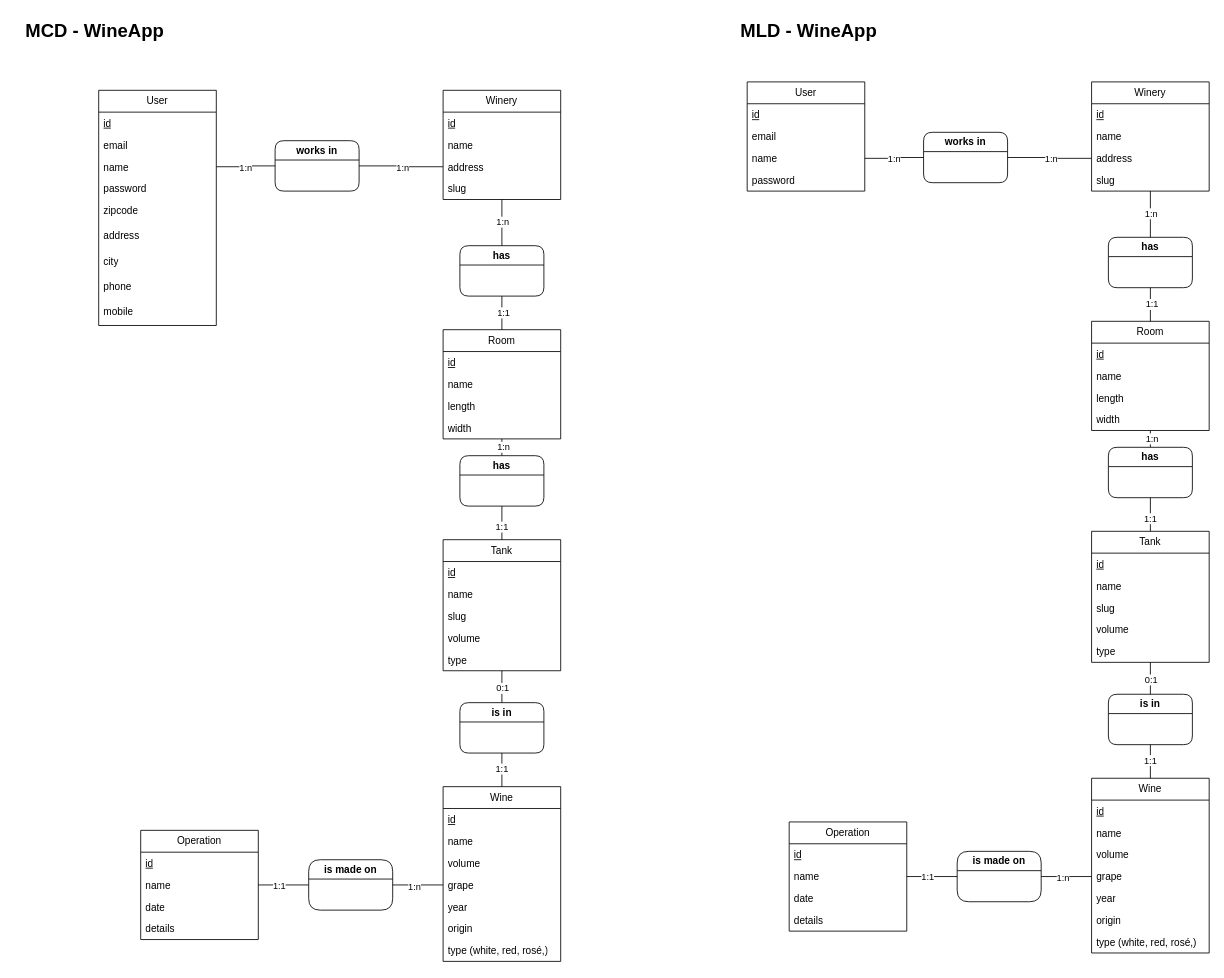
waina-wines/cellar-manager keeps this draw.io diagram as DB_Structure.drawio. Above is the earlier version. Source tidied: cells renumbered, new cells numbered last; positions are measured from the earlier drawing's top-left corner, leaving out a move shared by most shapes. Both pictures are drawn from the tidied source at 84%, with x=0, y=0 at pixel (14, 14).
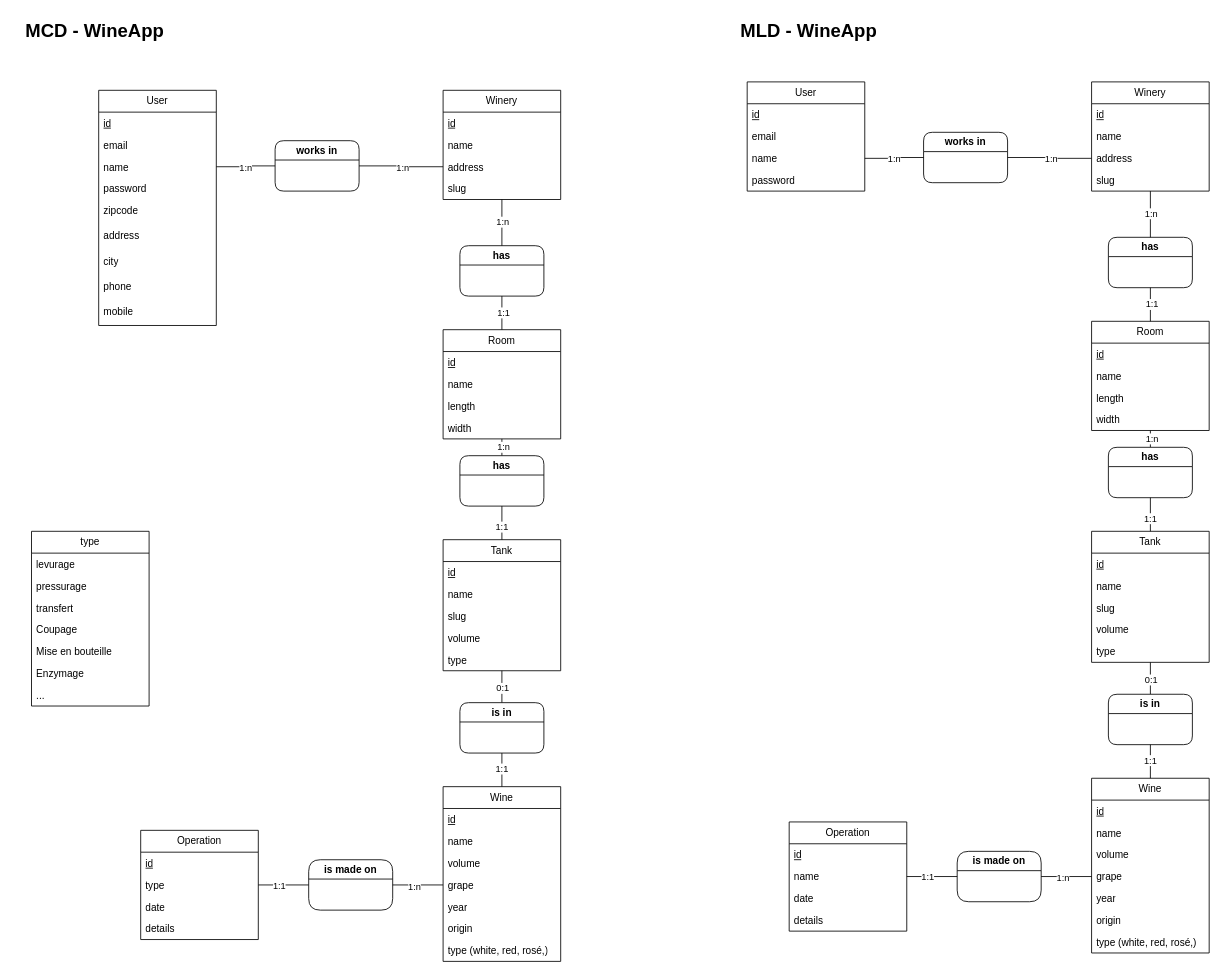
The same diagram, later.

Commit message:
Ajout types opérations

The change refers to these unchanged cells:
```xml
<mxCell id="58" value="Operation" style="swimlane;fontStyle=0;horizontal=1;startSize=26;fillColor=none;whiteSpace=wrap;html=1;" parent="1" vertex="1">
  <mxGeometry x="150" y="971" width="140" height="130" as="geometry" />
</mxCell>
```

What changed in the source:
```diff
@@
-    <mxCell id="60" value="name" style="text;strokeColor=none;fillColor=none;align=left;verticalAlign=top;spacingLeft=4;spacingRight=4;overflow=hidden;whiteSpace=wrap;html=1;" parent="58" vertex="1">
+    <mxCell id="60" value="type" style="text;strokeColor=none;fillColor=none;align=left;verticalAlign=top;spacingLeft=4;spacingRight=4;overflow=hidden;whiteSpace=wrap;html=1;" parent="58" vertex="1">
       <mxGeometry y="52" width="140" height="26" as="geometry" />
     </mxCell>
@@
+    <mxCell id="127" value="type" style="swimlane;fontStyle=0;horizontal=1;startSize=26;fillColor=none;whiteSpace=wrap;html=1;" parent="1" vertex="1">
+      <mxGeometry x="20" y="615" width="140" height="208" as="geometry" />
+    </mxCell>
+    <mxCell id="128" value="levurage" style="text;strokeColor=none;fillColor=none;align=left;verticalAlign=top;spacingLeft=4;spacingRight=4;overflow=hidden;whiteSpace=wrap;html=1;" parent="127" vertex="1">
+      <mxGeometry y="26" width="140" height="26" as="geometry" />
+    </mxCell>
+    <mxCell id="129" value="pressurage" style="text;strokeColor=none;fillColor=none;align=left;verticalAlign=top;spacingLeft=4;spacingRight=4;overflow=hidden;whiteSpace=wrap;html=1;" parent="127" vertex="1">
+      <mxGeometry y="52" width="140" height="26" as="geometry" />
+    </mxCell>
+    <mxCell id="130" value="transfert&lt;span style=&quot;white-space: pre;&quot;&gt;&#9;&lt;/span&gt;" style="text;strokeColor=none;fillColor=none;align=left;verticalAlign=top;spacingLeft=4;spacingRight=4;overflow=hidden;whiteSpace=wrap;html=1;" parent="127" vertex="1">
+      <mxGeometry y="78" width="140" height="26" as="geometry" />
+    </mxCell>
+    <mxCell id="131" value="Coupage" style="text;strokeColor=none;fillColor=none;align=left;verticalAlign=top;spacingLeft=4;spacingRight=4;overflow=hidden;whiteSpace=wrap;html=1;" parent="127" vertex="1">
+      <mxGeometry y="104" width="140" height="26" as="geometry" />
+    </mxCell>
+    <mxCell id="132" value="Mise en bouteille" style="text;strokeColor=none;fillColor=none;align=left;verticalAlign=top;spacingLeft=4;spacingRight=4;overflow=hidden;whiteSpace=wrap;html=1;" parent="127" vertex="1">
+      <mxGeometry y="130" width="140" height="26" as="geometry" />
+    </mxCell>
+    <mxCell id="133" value="Enzymage" style="text;strokeColor=none;fillColor=none;align=left;verticalAlign=top;spacingLeft=4;spacingRight=4;overflow=hidden;whiteSpace=wrap;html=1;" parent="127" vertex="1">
+      <mxGeometry y="156" width="140" height="26" as="geometry" />
+    </mxCell>
+    <mxCell id="134" value="..." style="text;strokeColor=none;fillColor=none;align=left;verticalAlign=top;spacingLeft=4;spacingRight=4;overflow=hidden;whiteSpace=wrap;html=1;" parent="127" vertex="1">
+      <mxGeometry y="182" width="140" height="26" as="geometry" />
+    </mxCell>
```
